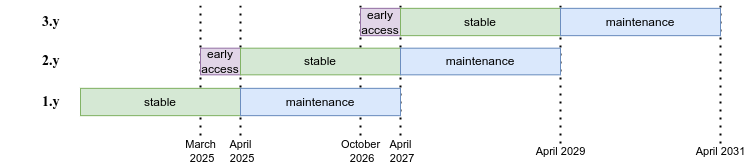
The draw.io diagram src/doc/figures/release-lifecycle-customer.png in jaiarobotics/jaiabot, before a commit. Source tidied: cells renumbered, new cells last; positions are measured from the earlier drawing's top-left corner, leaving out a move shared by most shapes.
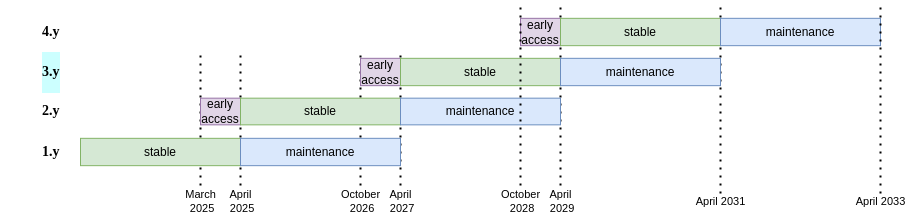
The same diagram one commit later.

What changed in the source:
```diff
@@ -14,16 +14,16 @@
         <mxPoint x="400" as="targetPoint" />
       </mxGeometry>
     </mxCell>
-    <mxCell id="4" value="April 2029" style="endArrow=none;dashed=1;html=1;dashPattern=1 3;strokeWidth=2;rounded=0;" parent="1" edge="1">
+    <mxCell id="4" value="April&lt;br&gt;&amp;nbsp;2029" style="endArrow=none;dashed=1;html=1;dashPattern=1 3;strokeWidth=2;rounded=0;" parent="1" edge="1">
       <mxGeometry x="-1" relative="1" as="geometry">
         <mxPoint x="560" y="150" as="sourcePoint" />
-        <mxPoint x="560" as="targetPoint" />
+        <mxPoint x="560" y="-50" as="targetPoint" />
       </mxGeometry>
     </mxCell>
     <mxCell id="5" value="April 2031" style="endArrow=none;dashed=1;html=1;dashPattern=1 3;strokeWidth=2;rounded=0;" parent="1" edge="1">
       <mxGeometry x="-1" relative="1" as="geometry">
         <mxPoint x="720" y="150" as="sourcePoint" />
-        <mxPoint x="720" as="targetPoint" />
+        <mxPoint x="720" y="-50" as="targetPoint" />
       </mxGeometry>
     </mxCell>
     <mxCell id="6" value="March&lt;br&gt;&amp;nbsp;2025" style="endArrow=none;dashed=1;html=1;dashPattern=1 3;strokeWidth=2;rounded=0;" parent="1" edge="1">
@@ -68,7 +68,7 @@
     <mxCell id="17" style="group;" parent="1" vertex="1">
       <mxGeometry width="400" height="41" as="geometry" />
     </mxCell>
-    <mxCell id="18" value="&lt;p&gt;&lt;b style=&quot;font-size: 14px; font-family: &amp;quot;Times New Roman&amp;quot;; background-color: transparent; color: light-dark(rgb(0, 0, 0), rgb(255, 255, 255));&quot;&gt;3.y&lt;/b&gt;&lt;br&gt;&lt;/p&gt;" style="text;html=1;align=left;verticalAlign=middle;whiteSpace=wrap;rounded=0;fontFamily=Helvetica;" parent="17" vertex="1">
+    <mxCell id="18" value="&lt;p&gt;&lt;span style=&quot;font-size: 14px; font-family: &amp;quot;Times New Roman&amp;quot;;&quot;&gt;3.y&lt;/span&gt;&lt;br&gt;&lt;/p&gt;" style="text;html=1;align=left;verticalAlign=middle;whiteSpace=wrap;rounded=0;fontFamily=Helvetica;fontStyle=1;labelBackgroundColor=#CCFFFF;" parent="17" vertex="1">
       <mxGeometry x="40" width="30" height="41" as="geometry" />
     </mxCell>
     <mxCell id="19" value="early access" style="rounded=0;whiteSpace=wrap;html=1;fillColor=#e1d5e7;strokeColor=#9673a6;" parent="17" vertex="1">
@@ -80,5 +80,32 @@
     <mxCell id="21" value="maintenance" style="rounded=0;whiteSpace=wrap;html=1;fillColor=#dae8fc;strokeColor=#6c8ebf;" parent="17" vertex="1">
       <mxGeometry x="560" y="6.8" width="160" height="27.3" as="geometry" />
     </mxCell>
+    <mxCell id="22" style="group;" parent="1" vertex="1">
+      <mxGeometry x="160" y="-40" width="400" height="41" as="geometry" />
+    </mxCell>
+    <mxCell id="23" value="&lt;p&gt;&lt;b style=&quot;font-size: 14px; font-family: &amp;quot;Times New Roman&amp;quot;; background-color: transparent; color: light-dark(rgb(0, 0, 0), rgb(255, 255, 255));&quot;&gt;4.y&lt;/b&gt;&lt;br&gt;&lt;/p&gt;" style="text;html=1;align=left;verticalAlign=middle;whiteSpace=wrap;rounded=0;fontFamily=Helvetica;" parent="22" vertex="1">
+      <mxGeometry x="-120" width="30" height="41" as="geometry" />
+    </mxCell>
+    <mxCell id="24" value="early access" style="rounded=0;whiteSpace=wrap;html=1;fillColor=#e1d5e7;strokeColor=#9673a6;" parent="22" vertex="1">
+      <mxGeometry x="360" y="6.8" width="40" height="27.3" as="geometry" />
+    </mxCell>
+    <mxCell id="25" value="stable" style="rounded=0;whiteSpace=wrap;html=1;fillColor=#d5e8d4;strokeColor=#82b366;" parent="22" vertex="1">
+      <mxGeometry x="400" y="6.8" width="160" height="27.3" as="geometry" />
+    </mxCell>
+    <mxCell id="26" value="maintenance" style="rounded=0;whiteSpace=wrap;html=1;fillColor=#dae8fc;strokeColor=#6c8ebf;" parent="22" vertex="1">
+      <mxGeometry x="560" y="6.8" width="160" height="27.3" as="geometry" />
+    </mxCell>
+    <mxCell id="27" value="April 2033" style="endArrow=none;dashed=1;html=1;dashPattern=1 3;strokeWidth=2;rounded=0;" parent="1" edge="1">
+      <mxGeometry x="-1" relative="1" as="geometry">
+        <mxPoint x="880" y="150" as="sourcePoint" />
+        <mxPoint x="880" y="-50" as="targetPoint" />
+      </mxGeometry>
+    </mxCell>
+    <mxCell id="28" value="October&lt;br&gt;&amp;nbsp;2028" style="endArrow=none;dashed=1;html=1;dashPattern=1 3;strokeWidth=2;rounded=0;" parent="1" edge="1">
+      <mxGeometry x="-1" relative="1" as="geometry">
+        <mxPoint x="520" y="150" as="sourcePoint" />
+        <mxPoint x="520" y="-50" as="targetPoint" />
+      </mxGeometry>
+    </mxCell>
   </root>
 </mxGraphModel>
```
